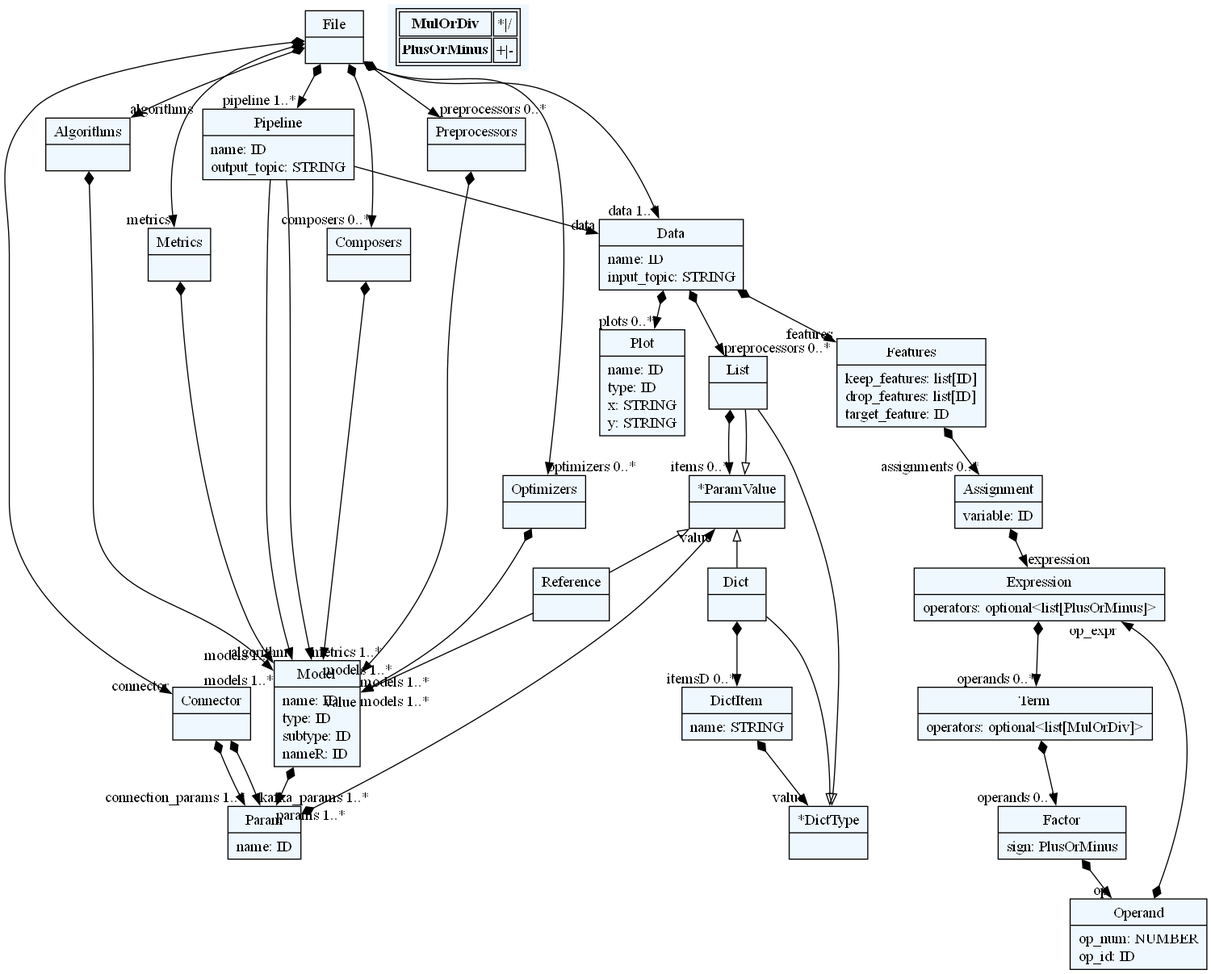
Above: beaver/beaver.dot.png in deepblue597/beaver (Graphviz), before the change. Its source is kept beside it as beaver/beaver.dot. The source it was exported from:
```dot
    digraph textX {
    fontname = "Bitstream Vera Sans"
    fontsize = 8
    node[
        shape=record,
        style=filled,
        fillcolor=aliceblue
    ]
    nodesep = 0.3
    edge[dir=black,arrowtail=empty]


1534083150384[ label="{File|}"]

1534083144768[ label="{Pipeline|name: ID\loutput_topic: STRING\l}"]

1534083151920[ label="{Data|name: ID\linput_topic: STRING\l}"]

1534083151968[ label="{Connector|}"]

1534083148704[ label="{Algorithms|}"]

1534083148320[ label="{Preprocessors|}"]

1534083141648[ label="{Optimizers|}"]

1534083138192[ label="{Metrics|}"]

1534083145200[ label="{Composers|}"]

1534083151872[ label="{Model|name: ID\ltype: ID\lsubtype: ID\lnameR: ID\l}"]

1534083151344[ label="{Param|name: ID\l}"]

1534083369392[ label="{List|}"]

1534083369296[ label="{*ParamValue|}"]

1534083369344[ label="{Tuple|}"]

1534083368816[ label="{Dict|}"]

1534083368096[ label="{DictItem|name: STRING\l}"]

1534083368000[ label="{*DictType|}"]

1534083367280[ label="{Reference|}"]

1534083367088[ label="{Features|keep_features: list[ID]\ldrop_features: list[ID]\ltarget_feature: ID\l}"]

1534083367760[ label="{Assignment|variable: ID\l}"]

1534083367136[ label="{Expression|operators: optional\<list[PlusOrMinus]\>\l}"]

1534083368864[ label="{Term|operators: optional\<list[MulOrDiv]\>\l}"]

1534083369008[ label="{Factor|sign: PlusOrMinus\l}"]

1534083369104[ label="{Operand|op_num: NUMBER\lop_id: ID\l}"]

1534083369872[ label="{Plot|name: ID\ltype: ID\lx: STRING\ly: STRING\l}"]



1534083150384 -> 1534083144768[arrowtail=diamond, dir=both, headlabel="pipeline 1..*"]
1534083150384 -> 1534083151968[arrowtail=diamond, dir=both, headlabel="connector "]
1534083150384 -> 1534083151920[arrowtail=diamond, dir=both, headlabel="data 1..*"]
1534083150384 -> 1534083148320[arrowtail=diamond, dir=both, headlabel="preprocessors 0..*"]
1534083150384 -> 1534083145200[arrowtail=diamond, dir=both, headlabel="composers 0..*"]
1534083150384 -> 1534083148704[arrowtail=diamond, dir=both, headlabel="algorithms "]
1534083150384 -> 1534083141648[arrowtail=diamond, dir=both, headlabel="optimizers 0..*"]
1534083150384 -> 1534083138192[arrowtail=diamond, dir=both, headlabel="metrics "]
1534083144768 -> 1534083151920[headlabel="data "]
1534083144768 -> 1534083151872[headlabel="algorithm "]
1534083144768 -> 1534083151872[headlabel="metrics 1..*"]
1534083151920 -> 1534083367088[arrowtail=diamond, dir=both, headlabel="features "]
1534083151920 -> 1534083369392[arrowtail=diamond, dir=both, headlabel="preprocessors 0..*"]
1534083151920 -> 1534083369872[arrowtail=diamond, dir=both, headlabel="plots 0..*"]
1534083151968 -> 1534083151344[arrowtail=diamond, dir=both, headlabel="connection_params 1..*"]
1534083151968 -> 1534083151344[arrowtail=diamond, dir=both, headlabel="kafka_params 1..*"]
1534083148704 -> 1534083151872[arrowtail=diamond, dir=both, headlabel="models 1..*"]
1534083148320 -> 1534083151872[arrowtail=diamond, dir=both, headlabel="models 1..*"]
1534083141648 -> 1534083151872[arrowtail=diamond, dir=both, headlabel="models 1..*"]
1534083138192 -> 1534083151872[arrowtail=diamond, dir=both, headlabel="models 1..*"]
1534083145200 -> 1534083151872[arrowtail=diamond, dir=both, headlabel="models 1..*"]
1534083151872 -> 1534083151344[arrowtail=diamond, dir=both, headlabel="params 1..*"]
1534083151344 -> 1534083369296[arrowtail=diamond, dir=both, headlabel="value "]
1534083369392 -> 1534083369296[arrowtail=diamond, dir=both, headlabel="items 0..*"]
1534083369296 -> 1534083367280 [dir=back]
1534083369296 -> 1534083369344 [dir=back]
1534083369296 -> 1534083369392 [dir=back]
1534083369296 -> 1534083368816 [dir=back]
1534083369344 -> 1534083368000[arrowtail=diamond, dir=both, headlabel="itemsT 0..*"]
1534083368816 -> 1534083368096[arrowtail=diamond, dir=both, headlabel="itemsD 0..*"]
1534083368096 -> 1534083368000[arrowtail=diamond, dir=both, headlabel="value "]
1534083368000 -> 1534083368816 [dir=back]
1534083368000 -> 1534083369392 [dir=back]
1534083367280 -> 1534083151872[headlabel="value "]
1534083367088 -> 1534083367760[arrowtail=diamond, dir=both, headlabel="assignments 0..*"]
1534083367760 -> 1534083367136[arrowtail=diamond, dir=both, headlabel="expression "]
1534083367136 -> 1534083368864[arrowtail=diamond, dir=both, headlabel="operands 0..*"]
1534083368864 -> 1534083369008[arrowtail=diamond, dir=both, headlabel="operands 0..*"]
1534083369008 -> 1534083369104[arrowtail=diamond, dir=both, headlabel="op "]
1534083369104 -> 1534083367136[arrowtail=diamond, dir=both, headlabel="op_expr "]
match_rules [ shape=plaintext, label=< <table>
	<tr>
		<td><b>MulOrDiv</b></td><td>*|/</td>
	</tr>
	<tr>
		<td><b>PlusOrMinus</b></td><td>+|-</td>
	</tr>
</table> >]


}
```
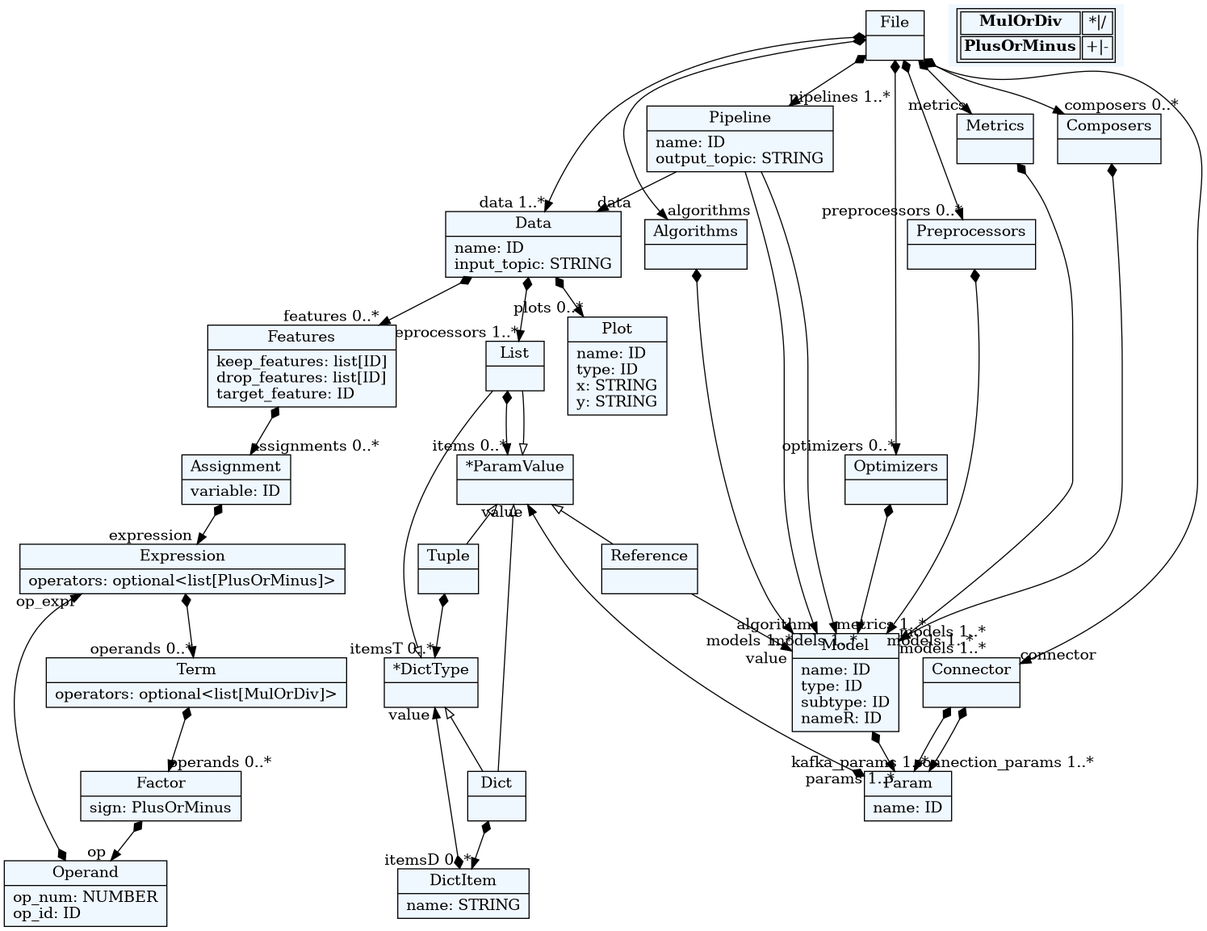
Later version of the same file.

Change to the diagram source:
```diff
@@ -10,98 +10,98 @@
     edge[dir=black,arrowtail=empty]
 
 
-1534083150384[ label="{File|}"]
+124245843435616[ label="{File|}"]
 
-1534083144768[ label="{Pipeline|name: ID\loutput_topic: STRING\l}"]
+124245843443248[ label="{Pipeline|name: ID\loutput_topic: STRING\l}"]
 
-1534083151920[ label="{Data|name: ID\linput_topic: STRING\l}"]
+124245843432304[ label="{Data|name: ID\linput_topic: STRING\l}"]
 
-1534083151968[ label="{Connector|}"]
+124245843436480[ label="{Connector|}"]
 
-1534083148704[ label="{Algorithms|}"]
+124245843438784[ label="{Algorithms|}"]
 
-1534083148320[ label="{Preprocessors|}"]
+124245843530752[ label="{Preprocessors|}"]
 
-1534083141648[ label="{Optimizers|}"]
+124245843531664[ label="{Optimizers|}"]
 
-1534083138192[ label="{Metrics|}"]
+124245843526960[ label="{Metrics|}"]
 
-1534083145200[ label="{Composers|}"]
+124245843535552[ label="{Composers|}"]
 
-1534083151872[ label="{Model|name: ID\ltype: ID\lsubtype: ID\lnameR: ID\l}"]
+124245843535504[ label="{Model|name: ID\ltype: ID\lsubtype: ID\lnameR: ID\l}"]
 
-1534083151344[ label="{Param|name: ID\l}"]
+124245843537040[ label="{Param|name: ID\l}"]
 
-1534083369392[ label="{List|}"]
+124245843536368[ label="{List|}"]
 
-1534083369296[ label="{*ParamValue|}"]
+124245843535840[ label="{*ParamValue|}"]
 
-1534083369344[ label="{Tuple|}"]
+124245843535648[ label="{Tuple|}"]
 
-1534083368816[ label="{Dict|}"]
+124245843536080[ label="{Dict|}"]
 
-1534083368096[ label="{DictItem|name: STRING\l}"]
+124245843527104[ label="{DictItem|name: STRING\l}"]
 
-1534083368000[ label="{*DictType|}"]
+124245843533008[ label="{*DictType|}"]
 
-1534083367280[ label="{Reference|}"]
+124245843528496[ label="{Reference|}"]
 
-1534083367088[ label="{Features|keep_features: list[ID]\ldrop_features: list[ID]\ltarget_feature: ID\l}"]
+124245843536128[ label="{Features|keep_features: list[ID]\ldrop_features: list[ID]\ltarget_feature: ID\l}"]
 
-1534083367760[ label="{Assignment|variable: ID\l}"]
+124245843535216[ label="{Assignment|variable: ID\l}"]
 
-1534083367136[ label="{Expression|operators: optional\<list[PlusOrMinus]\>\l}"]
+124245843535312[ label="{Expression|operators: optional\<list[PlusOrMinus]\>\l}"]
 
-1534083368864[ label="{Term|operators: optional\<list[MulOrDiv]\>\l}"]
+124245843534784[ label="{Term|operators: optional\<list[MulOrDiv]\>\l}"]
 
-1534083369008[ label="{Factor|sign: PlusOrMinus\l}"]
+124245843525808[ label="{Factor|sign: PlusOrMinus\l}"]
 
-1534083369104[ label="{Operand|op_num: NUMBER\lop_id: ID\l}"]
+124245843530560[ label="{Operand|op_num: NUMBER\lop_id: ID\l}"]
 
-1534083369872[ label="{Plot|name: ID\ltype: ID\lx: STRING\ly: STRING\l}"]
+124245843536512[ label="{Plot|name: ID\ltype: ID\lx: STRING\ly: STRING\l}"]
 
 
 
-1534083150384 -> 1534083144768[arrowtail=diamond, dir=both, headlabel="pipeline 1..*"]
-1534083150384 -> 1534083151968[arrowtail=diamond, dir=both, headlabel="connector "]
-1534083150384 -> 1534083151920[arrowtail=diamond, dir=both, headlabel="data 1..*"]
-1534083150384 -> 1534083148320[arrowtail=diamond, dir=both, headlabel="preprocessors 0..*"]
-1534083150384 -> 1534083145200[arrowtail=diamond, dir=both, headlabel="composers 0..*"]
-1534083150384 -> 1534083148704[arrowtail=diamond, dir=both, headlabel="algorithms "]
-1534083150384 -> 1534083141648[arrowtail=diamond, dir=both, headlabel="optimizers 0..*"]
-1534083150384 -> 1534083138192[arrowtail=diamond, dir=both, headlabel="metrics "]
-1534083144768 -> 1534083151920[headlabel="data "]
-1534083144768 -> 1534083151872[headlabel="algorithm "]
-1534083144768 -> 1534083151872[headlabel="metrics 1..*"]
-1534083151920 -> 1534083367088[arrowtail=diamond, dir=both, headlabel="features "]
-1534083151920 -> 1534083369392[arrowtail=diamond, dir=both, headlabel="preprocessors 0..*"]
-1534083151920 -> 1534083369872[arrowtail=diamond, dir=both, headlabel="plots 0..*"]
-1534083151968 -> 1534083151344[arrowtail=diamond, dir=both, headlabel="connection_params 1..*"]
-1534083151968 -> 1534083151344[arrowtail=diamond, dir=both, headlabel="kafka_params 1..*"]
-1534083148704 -> 1534083151872[arrowtail=diamond, dir=both, headlabel="models 1..*"]
-1534083148320 -> 1534083151872[arrowtail=diamond, dir=both, headlabel="models 1..*"]
-1534083141648 -> 1534083151872[arrowtail=diamond, dir=both, headlabel="models 1..*"]
-1534083138192 -> 1534083151872[arrowtail=diamond, dir=both, headlabel="models 1..*"]
-1534083145200 -> 1534083151872[arrowtail=diamond, dir=both, headlabel="models 1..*"]
-1534083151872 -> 1534083151344[arrowtail=diamond, dir=both, headlabel="params 1..*"]
-1534083151344 -> 1534083369296[arrowtail=diamond, dir=both, headlabel="value "]
-1534083369392 -> 1534083369296[arrowtail=diamond, dir=both, headlabel="items 0..*"]
-1534083369296 -> 1534083367280 [dir=back]
-1534083369296 -> 1534083369344 [dir=back]
-1534083369296 -> 1534083369392 [dir=back]
-1534083369296 -> 1534083368816 [dir=back]
-1534083369344 -> 1534083368000[arrowtail=diamond, dir=both, headlabel="itemsT 0..*"]
-1534083368816 -> 1534083368096[arrowtail=diamond, dir=both, headlabel="itemsD 0..*"]
-1534083368096 -> 1534083368000[arrowtail=diamond, dir=both, headlabel="value "]
-1534083368000 -> 1534083368816 [dir=back]
-1534083368000 -> 1534083369392 [dir=back]
-1534083367280 -> 1534083151872[headlabel="value "]
-1534083367088 -> 1534083367760[arrowtail=diamond, dir=both, headlabel="assignments 0..*"]
-1534083367760 -> 1534083367136[arrowtail=diamond, dir=both, headlabel="expression "]
-1534083367136 -> 1534083368864[arrowtail=diamond, dir=both, headlabel="operands 0..*"]
-1534083368864 -> 1534083369008[arrowtail=diamond, dir=both, headlabel="operands 0..*"]
-1534083369008 -> 1534083369104[arrowtail=diamond, dir=both, headlabel="op "]
-1534083369104 -> 1534083367136[arrowtail=diamond, dir=both, headlabel="op_expr "]
+124245843435616 -> 124245843443248[arrowtail=diamond, dir=both, headlabel="pipelines 1..*"]
+124245843435616 -> 124245843436480[arrowtail=diamond, dir=both, headlabel="connector "]
+124245843435616 -> 124245843432304[arrowtail=diamond, dir=both, headlabel="data 1..*"]
+124245843435616 -> 124245843530752[arrowtail=diamond, dir=both, headlabel="preprocessors 0..*"]
+124245843435616 -> 124245843535552[arrowtail=diamond, dir=both, headlabel="composers 0..*"]
+124245843435616 -> 124245843438784[arrowtail=diamond, dir=both, headlabel="algorithms "]
+124245843435616 -> 124245843531664[arrowtail=diamond, dir=both, headlabel="optimizers 0..*"]
+124245843435616 -> 124245843526960[arrowtail=diamond, dir=both, headlabel="metrics "]
+124245843443248 -> 124245843432304[headlabel="data "]
+124245843443248 -> 124245843535504[headlabel="algorithm "]
+124245843443248 -> 124245843535504[headlabel="metrics 1..*"]
+124245843432304 -> 124245843536128[arrowtail=diamond, dir=both, headlabel="features 0..*"]
+124245843432304 -> 124245843536368[arrowtail=diamond, dir=both, headlabel="preprocessors 1..*"]
+124245843432304 -> 124245843536512[arrowtail=diamond, dir=both, headlabel="plots 0..*"]
+124245843436480 -> 124245843537040[arrowtail=diamond, dir=both, headlabel="connection_params 1..*"]
+124245843436480 -> 124245843537040[arrowtail=diamond, dir=both, headlabel="kafka_params 1..*"]
+124245843438784 -> 124245843535504[arrowtail=diamond, dir=both, headlabel="models 1..*"]
+124245843530752 -> 124245843535504[arrowtail=diamond, dir=both, headlabel="models 1..*"]
+124245843531664 -> 124245843535504[arrowtail=diamond, dir=both, headlabel="models 1..*"]
+124245843526960 -> 124245843535504[arrowtail=diamond, dir=both, headlabel="models 1..*"]
+124245843535552 -> 124245843535504[arrowtail=diamond, dir=both, headlabel="models 1..*"]
+124245843535504 -> 124245843537040[arrowtail=diamond, dir=both, headlabel="params 1..*"]
+124245843537040 -> 124245843535840[arrowtail=diamond, dir=both, headlabel="value "]
+124245843536368 -> 124245843535840[arrowtail=diamond, dir=both, headlabel="items 0..*"]
+124245843535840 -> 124245843528496 [dir=back]
+124245843535840 -> 124245843535648 [dir=back]
+124245843535840 -> 124245843536368 [dir=back]
+124245843535840 -> 124245843536080 [dir=back]
+124245843535648 -> 124245843533008[arrowtail=diamond, dir=both, headlabel="itemsT 0..*"]
+124245843536080 -> 124245843527104[arrowtail=diamond, dir=both, headlabel="itemsD 0..*"]
+124245843527104 -> 124245843533008[arrowtail=diamond, dir=both, headlabel="value "]
+124245843533008 -> 124245843536080 [dir=back]
+124245843533008 -> 124245843536368 [dir=back]
+124245843528496 -> 124245843535504[headlabel="value "]
+124245843536128 -> 124245843535216[arrowtail=diamond, dir=both, headlabel="assignments 0..*"]
+124245843535216 -> 124245843535312[arrowtail=diamond, dir=both, headlabel="expression "]
+124245843535312 -> 124245843534784[arrowtail=diamond, dir=both, headlabel="operands 0..*"]
+124245843534784 -> 124245843525808[arrowtail=diamond, dir=both, headlabel="operands 0..*"]
+124245843525808 -> 124245843530560[arrowtail=diamond, dir=both, headlabel="op "]
+124245843530560 -> 124245843535312[arrowtail=diamond, dir=both, headlabel="op_expr "]
 match_rules [ shape=plaintext, label=< <table>
 	<tr>
 		<td><b>MulOrDiv</b></td><td>*|/</td>
```
